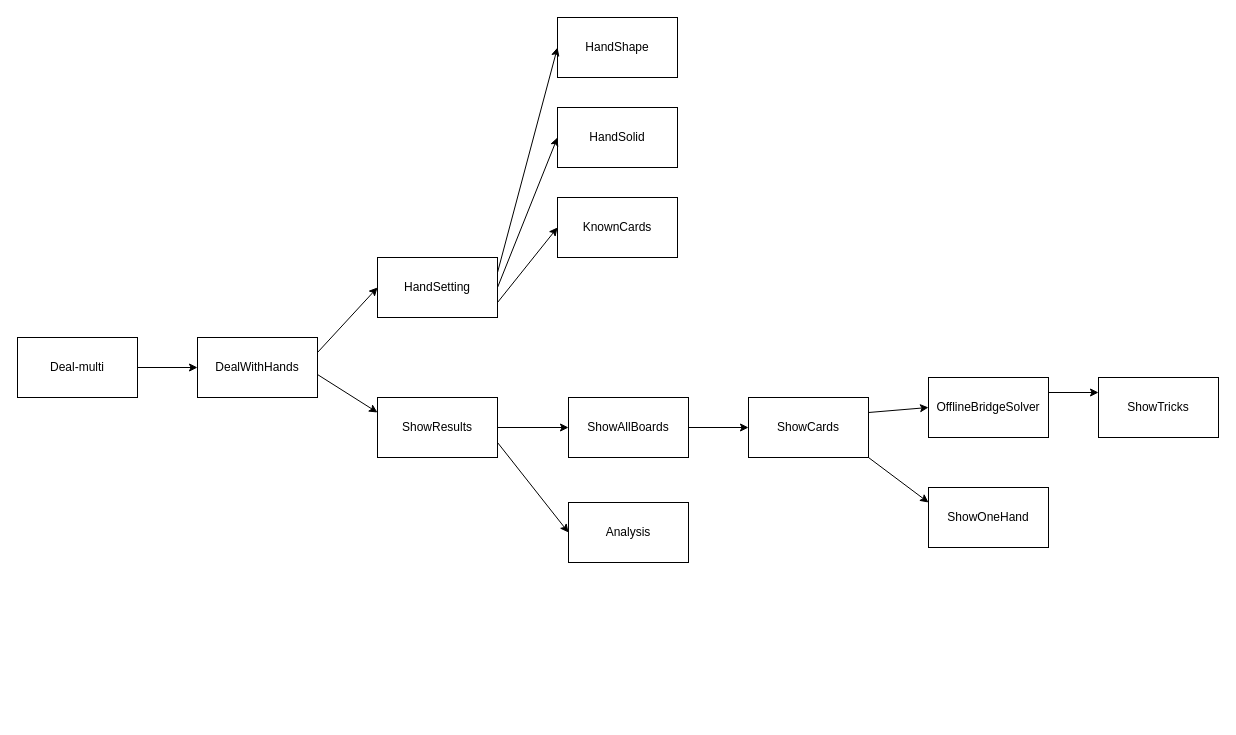
Earlier version of the draw.io diagram architecture.drawio (S-N-O-R-L-A-X/Bridge-Tools). Source tidied: cells renumbered, new cells numbered last; positions are measured from the earlier drawing's top-left corner, leaving out a move shared by most shapes. Both pictures are drawn from the tidied source at 100%, with x=0, y=0 at pixel (17, 17).
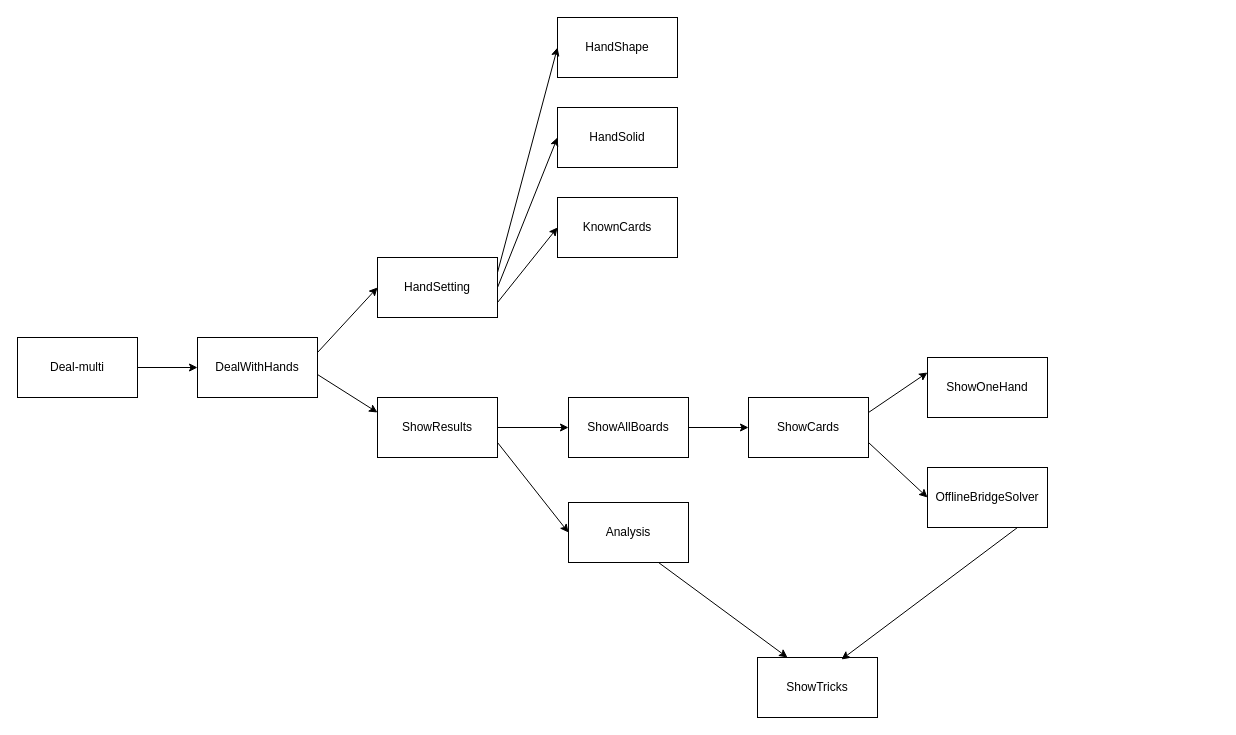
After the change.

Unchanged cells that the change refers to:
```xml
<mxCell id="6" value="ShowCards" style="rounded=0;whiteSpace=wrap;html=1;" parent="1" vertex="1">
  <mxGeometry x="731" y="380" width="120" height="60" as="geometry" />
</mxCell>
<mxCell id="26" value="Analysis" style="whiteSpace=wrap;html=1;" parent="1" vertex="1">
  <mxGeometry x="551" y="485" width="120" height="60" as="geometry" />
</mxCell>
```

Diff of the diagram source:
```diff
@@
     <mxCell id="7" value="OfflineBridgeSolver" style="rounded=0;whiteSpace=wrap;html=1;" parent="1" vertex="1">
-      <mxGeometry x="911" y="360" width="120" height="60" as="geometry" />
+      <mxGeometry x="910" y="450" width="120" height="60" as="geometry" />
     </mxCell>
     <mxCell id="8" value="ShowTricks" style="rounded=0;whiteSpace=wrap;html=1;" parent="1" vertex="1">
-      <mxGeometry x="1081" y="360" width="120" height="60" as="geometry" />
+      <mxGeometry x="740" y="640" width="120" height="60" as="geometry" />
     </mxCell>
@@
-    <mxCell id="12" style="endArrow=classic;html=1;entryX=0;entryY=0.5;entryDx=0;entryDy=0;exitX=1;exitY=0.25;exitDx=0;exitDy=0;" parent="1" edge="1" source="6" target="7">
+    <mxCell id="12" style="endArrow=classic;html=1;entryX=0;entryY=0.5;entryDx=0;entryDy=0;exitX=1;exitY=0.75;exitDx=0;exitDy=0;" parent="1" edge="1" source="6" target="7">
       <mxGeometry relative="1" as="geometry" />
     </mxCell>
-    <mxCell id="13" style="endArrow=classic;html=1;entryX=0;entryY=0.25;entryDx=0;entryDy=0;exitX=1;exitY=0.25;exitDx=0;exitDy=0;" parent="1" edge="1" source="7" target="8">
+    <mxCell id="13" style="endArrow=classic;html=1;entryX=0.7;entryY=0.033;entryDx=0;entryDy=0;exitX=0.75;exitY=1;exitDx=0;exitDy=0;entryPerimeter=0;" parent="1" edge="1" source="7" target="8">
       <mxGeometry relative="1" as="geometry" />
     </mxCell>
@@
     <mxCell id="15" value="ShowOneHand" style="rounded=0;whiteSpace=wrap;html=1;" parent="1" vertex="1">
-      <mxGeometry x="911" y="470" width="120" height="60" as="geometry" />
+      <mxGeometry x="910" y="340" width="120" height="60" as="geometry" />
     </mxCell>
-    <mxCell id="16" style="endArrow=classic;html=1;exitX=1;exitY=1;exitDx=0;exitDy=0;entryX=0;entryY=0.25;entryDx=0;entryDy=0;" parent="1" edge="1" source="6" target="15">
+    <mxCell id="16" style="endArrow=classic;html=1;exitX=1;exitY=0.25;exitDx=0;exitDy=0;entryX=0;entryY=0.25;entryDx=0;entryDy=0;" parent="1" edge="1" source="6" target="15">
       <mxGeometry relative="1" as="geometry" />
     </mxCell>
@@
+    <mxCell id="27" style="edgeStyle=none;html=1;exitX=0.75;exitY=1;exitDx=0;exitDy=0;entryX=0.25;entryY=0;entryDx=0;entryDy=0;" parent="1" edge="1" source="26" target="8">
+      <mxGeometry relative="1" as="geometry" />
+    </mxCell>
```
